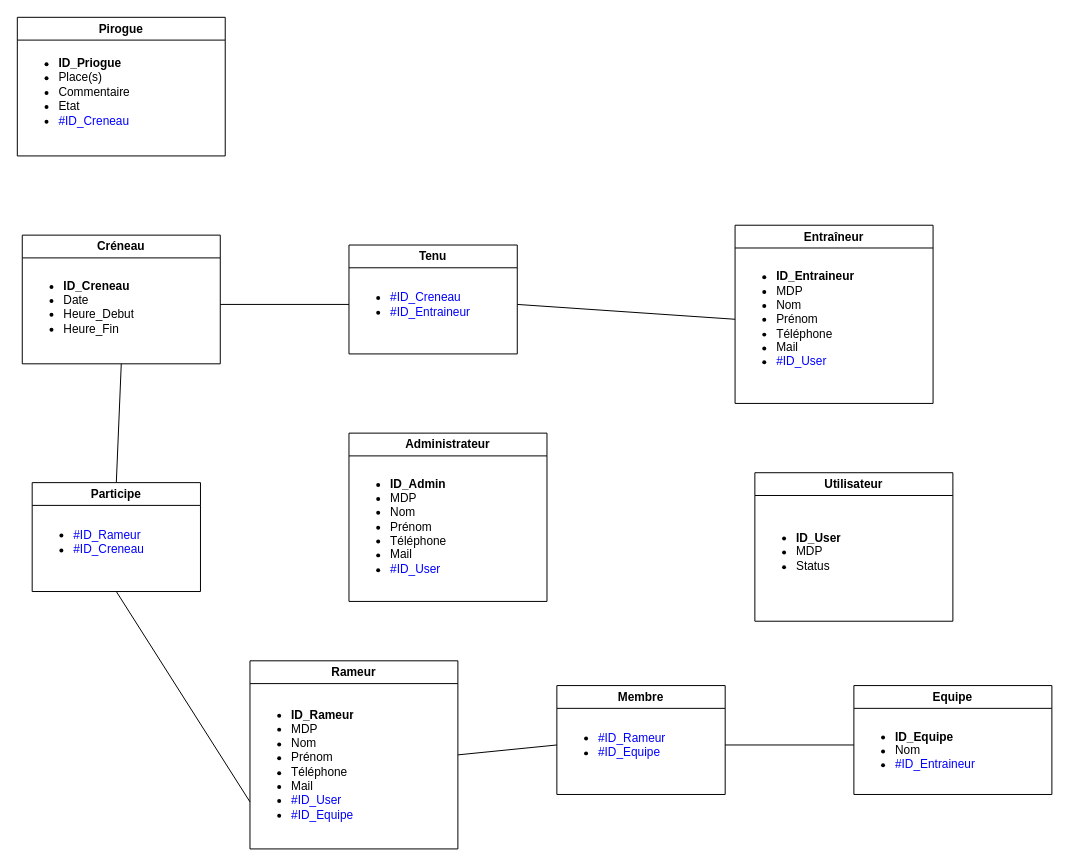
tteuru09/VAapp_project keeps this draw.io diagram as Docs/Back_End/MLD_VAapp.drawio. Above is the earlier version. Source tidied: cells renumbered, new cells numbered last; positions are measured from the earlier drawing's top-left corner, leaving out a move shared by most shapes. Both pictures are drawn from the tidied source at 99%, with x=0, y=0 at pixel (17, 17).
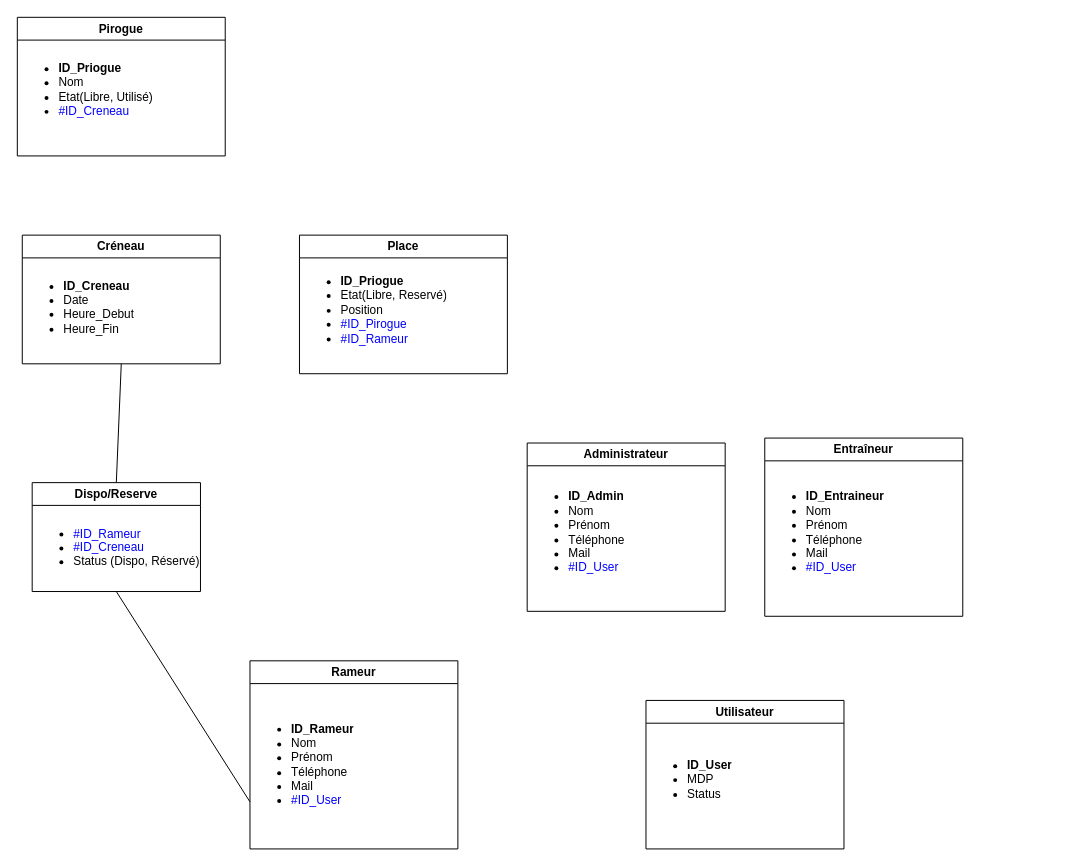
The same page after the edit.

Commit message (it also covers changes not shown here):
Back_End_v0.2

The change refers to these unchanged cells:
```xml
<mxCell id="2" value="Rameur" style="swimlane;whiteSpace=wrap;html=1;" parent="1" vertex="1">
  <mxGeometry x="235" y="650" width="210" height="190" as="geometry" />
</mxCell>
<mxCell id="7" value="&lt;ul style=&quot;border-color: var(--border-color);&quot;&gt;&lt;li style=&quot;border-color: var(--border-color);&quot;&gt;&lt;b&gt;ID_Creneau&lt;/b&gt;&lt;/li&gt;&lt;li style=&quot;border-color: var(--border-color);&quot;&gt;Date&lt;/li&gt;&lt;li style=&quot;border-color: var(--border-color);&quot;&gt;Heure_Debut&lt;/li&gt;&lt;li style=&quot;border-color: var(--border-color);&quot;&gt;Heure_Fin&lt;/li&gt;&lt;/ul&gt;&lt;div&gt;&lt;/div&gt;" style="text;strokeColor=none;fillColor=none;html=1;whiteSpace=wrap;verticalAlign=middle;overflow=hidden;" parent="6" vertex="1">
  <mxGeometry y="30" width="200" height="80" as="geometry" />
</mxCell>
<mxCell id="8" value="Pirogue" style="swimlane;whiteSpace=wrap;html=1;" parent="1" vertex="1">
  <mxGeometry width="210" height="140" as="geometry" />
</mxCell>
```

Change to the diagram source:
```diff
@@
-    <mxCell id="3" value="&lt;ul&gt;&lt;li&gt;&lt;b&gt;ID_Rameur&lt;/b&gt;&lt;/li&gt;&lt;li&gt;MDP&lt;/li&gt;&lt;li&gt;Nom&lt;/li&gt;&lt;li&gt;Prénom&lt;/li&gt;&lt;li&gt;Téléphone&lt;/li&gt;&lt;li&gt;Mail&lt;/li&gt;&lt;li&gt;&lt;font color=&quot;#0000ff&quot;&gt;#ID_User&lt;/font&gt;&lt;/li&gt;&lt;li&gt;&lt;font color=&quot;#0000ff&quot;&gt;#ID_Equipe&lt;/font&gt;&lt;br&gt;&lt;/li&gt;&lt;/ul&gt;" style="text;strokeColor=none;fillColor=none;html=1;whiteSpace=wrap;verticalAlign=middle;overflow=hidden;" parent="2" vertex="1">
+    <mxCell id="3" value="&lt;ul&gt;&lt;li&gt;&lt;b&gt;ID_Rameur&lt;/b&gt;&lt;/li&gt;&lt;li&gt;Nom&lt;/li&gt;&lt;li&gt;Prénom&lt;/li&gt;&lt;li&gt;Téléphone&lt;/li&gt;&lt;li&gt;Mail&lt;/li&gt;&lt;li&gt;&lt;font color=&quot;#0000ff&quot;&gt;#ID_User&lt;/font&gt;&lt;/li&gt;&lt;/ul&gt;" style="text;strokeColor=none;fillColor=none;html=1;whiteSpace=wrap;verticalAlign=middle;overflow=hidden;" parent="2" vertex="1">
       <mxGeometry y="30" width="210" height="150" as="geometry" />
     </mxCell>
     <mxCell id="4" value="Entraîneur" style="swimlane;whiteSpace=wrap;html=1;" parent="1" vertex="1">
-      <mxGeometry x="725" y="210" width="200" height="180" as="geometry" />
+      <mxGeometry x="755" y="425" width="200" height="180" as="geometry" />
     </mxCell>
-    <mxCell id="5" value="&lt;ul&gt;&lt;li style=&quot;border-color: var(--border-color);&quot;&gt;&lt;b&gt;ID_Entraineur&lt;/b&gt;&lt;/li&gt;&lt;li style=&quot;border-color: var(--border-color);&quot;&gt;&lt;span style=&quot;background-color: initial;&quot;&gt;MDP&lt;/span&gt;&lt;/li&gt;&lt;li style=&quot;border-color: var(--border-color);&quot;&gt;&lt;span style=&quot;background-color: initial;&quot;&gt;Nom&lt;/span&gt;&lt;br&gt;&lt;/li&gt;&lt;li&gt;Prénom&lt;/li&gt;&lt;li&gt;Téléphone&lt;/li&gt;&lt;li&gt;Mail&lt;/li&gt;&lt;li&gt;&lt;font color=&quot;#0000ff&quot;&gt;#ID_User&lt;/font&gt;&lt;/li&gt;&lt;/ul&gt;" style="text;strokeColor=none;fillColor=none;html=1;whiteSpace=wrap;verticalAlign=middle;overflow=hidden;" parent="4" vertex="1">
+    <mxCell id="5" value="&lt;ul&gt;&lt;li style=&quot;border-color: var(--border-color);&quot;&gt;&lt;b&gt;ID_Entraineur&lt;/b&gt;&lt;/li&gt;&lt;li style=&quot;border-color: var(--border-color);&quot;&gt;&lt;span style=&quot;background-color: initial;&quot;&gt;Nom&lt;/span&gt;&lt;br&gt;&lt;/li&gt;&lt;li&gt;Prénom&lt;/li&gt;&lt;li&gt;Téléphone&lt;/li&gt;&lt;li&gt;Mail&lt;/li&gt;&lt;li&gt;&lt;font color=&quot;#0000ff&quot;&gt;#ID_User&lt;/font&gt;&lt;/li&gt;&lt;/ul&gt;" style="text;strokeColor=none;fillColor=none;html=1;whiteSpace=wrap;verticalAlign=middle;overflow=hidden;" parent="4" vertex="1">
       <mxGeometry y="20" width="200" height="150" as="geometry" />
     </mxCell>
@@
-    <mxCell id="9" value="&lt;ul style=&quot;border-color: var(--border-color);&quot;&gt;&lt;li style=&quot;border-color: var(--border-color);&quot;&gt;&lt;b&gt;ID_Priogue&lt;/b&gt;&lt;/li&gt;&lt;li style=&quot;border-color: var(--border-color);&quot;&gt;Place(s)&lt;/li&gt;&lt;li style=&quot;border-color: var(--border-color);&quot;&gt;Commentaire&lt;/li&gt;&lt;li style=&quot;border-color: var(--border-color);&quot;&gt;Etat&lt;/li&gt;&lt;li style=&quot;border-color: var(--border-color);&quot;&gt;&lt;font color=&quot;#0000ff&quot;&gt;#ID_Creneau&lt;/font&gt;&lt;/li&gt;&lt;/ul&gt;&lt;div&gt;&lt;/div&gt;" style="text;strokeColor=none;fillColor=none;html=1;whiteSpace=wrap;verticalAlign=middle;overflow=hidden;" parent="8" vertex="1">
+    <mxCell id="9" value="&lt;ul style=&quot;border-color: var(--border-color);&quot;&gt;&lt;li style=&quot;border-color: var(--border-color);&quot;&gt;&lt;b&gt;ID_Priogue&lt;/b&gt;&lt;/li&gt;&lt;li style=&quot;border-color: var(--border-color);&quot;&gt;Nom&lt;/li&gt;&lt;li style=&quot;border-color: var(--border-color);&quot;&gt;Etat(Libre, Utilisé)&lt;/li&gt;&lt;li style=&quot;border-color: var(--border-color);&quot;&gt;&lt;font color=&quot;#0000ff&quot;&gt;#ID_Creneau&lt;/font&gt;&lt;/li&gt;&lt;/ul&gt;&lt;div&gt;&lt;/div&gt;" style="text;strokeColor=none;fillColor=none;html=1;whiteSpace=wrap;verticalAlign=middle;overflow=hidden;" parent="8" vertex="1">
       <mxGeometry y="25" width="210" height="95" as="geometry" />
     </mxCell>
-    <mxCell id="10" value="Equipe" style="swimlane;whiteSpace=wrap;html=1;" parent="1" vertex="1">
-      <mxGeometry x="845" y="675" width="200" height="110" as="geometry" />
-    </mxCell>
-    <mxCell id="11" value="&lt;ul&gt;&lt;li style=&quot;border-color: var(--border-color);&quot;&gt;&lt;b&gt;ID_Equipe&lt;/b&gt;&lt;/li&gt;&lt;li style=&quot;border-color: var(--border-color);&quot;&gt;Nom&lt;/li&gt;&lt;li style=&quot;border-color: var(--border-color);&quot;&gt;&lt;font color=&quot;#0000ff&quot;&gt;#ID_Entraineur&lt;/font&gt;&lt;/li&gt;&lt;/ul&gt;" style="text;strokeColor=none;fillColor=none;html=1;whiteSpace=wrap;verticalAlign=middle;overflow=hidden;" parent="10" vertex="1">
-      <mxGeometry y="30" width="200" height="60" as="geometry" />
-    </mxCell>
@@
-    <mxCell id="14" style="endArrow=none;html=1;rounded=0;entryX=0;entryY=0.5;entryDx=0;entryDy=0;exitX=1;exitY=0.5;exitDx=0;exitDy=0;" parent="1" edge="1" source="7" target="21">
-      <mxGeometry relative="1" as="geometry" />
-    </mxCell>
     <mxCell id="15" value="Administrateur" style="swimlane;whiteSpace=wrap;html=1;" parent="1" vertex="1">
-      <mxGeometry x="335" y="420" width="200" height="170" as="geometry" />
+      <mxGeometry x="515" y="430" width="200" height="170" as="geometry" />
     </mxCell>
-    <mxCell id="16" value="&lt;ul&gt;&lt;li style=&quot;border-color: var(--border-color);&quot;&gt;&lt;b&gt;ID_Admin&lt;/b&gt;&lt;/li&gt;&lt;li style=&quot;border-color: var(--border-color);&quot;&gt;&lt;span style=&quot;background-color: initial;&quot;&gt;MDP&lt;/span&gt;&lt;/li&gt;&lt;li style=&quot;border-color: var(--border-color);&quot;&gt;Nom&lt;br style=&quot;border-color: var(--border-color);&quot;&gt;&lt;/li&gt;&lt;li style=&quot;border-color: var(--border-color);&quot;&gt;Prénom&lt;/li&gt;&lt;li style=&quot;border-color: var(--border-color);&quot;&gt;Téléphone&lt;/li&gt;&lt;li style=&quot;border-color: var(--border-color);&quot;&gt;Mail&lt;/li&gt;&lt;li style=&quot;border-color: var(--border-color);&quot;&gt;&lt;font color=&quot;#0000ff&quot;&gt;#ID_User&lt;/font&gt;&lt;/li&gt;&lt;/ul&gt;" style="text;strokeColor=none;fillColor=none;html=1;whiteSpace=wrap;verticalAlign=middle;overflow=hidden;" parent="15" vertex="1">
+    <mxCell id="16" value="&lt;ul&gt;&lt;li style=&quot;border-color: var(--border-color);&quot;&gt;&lt;b&gt;ID_Admin&lt;/b&gt;&lt;/li&gt;&lt;li style=&quot;border-color: var(--border-color);&quot;&gt;Nom&lt;br style=&quot;border-color: var(--border-color);&quot;&gt;&lt;/li&gt;&lt;li style=&quot;border-color: var(--border-color);&quot;&gt;Prénom&lt;/li&gt;&lt;li style=&quot;border-color: var(--border-color);&quot;&gt;Téléphone&lt;/li&gt;&lt;li style=&quot;border-color: var(--border-color);&quot;&gt;Mail&lt;/li&gt;&lt;li style=&quot;border-color: var(--border-color);&quot;&gt;&lt;font color=&quot;#0000ff&quot;&gt;#ID_User&lt;/font&gt;&lt;/li&gt;&lt;/ul&gt;" style="text;strokeColor=none;fillColor=none;html=1;whiteSpace=wrap;verticalAlign=middle;overflow=hidden;" parent="15" vertex="1">
       <mxGeometry y="30" width="200" height="120" as="geometry" />
     </mxCell>
-    <mxCell id="17" style="endArrow=none;html=1;rounded=0;entryX=0;entryY=0.5;entryDx=0;entryDy=0;exitX=1;exitY=0.5;exitDx=0;exitDy=0;" parent="1" edge="1" source="2" target="23">
-      <mxGeometry relative="1" as="geometry" />
-    </mxCell>
-    <mxCell id="18" style="endArrow=none;html=1;rounded=0;entryX=0;entryY=0.5;entryDx=0;entryDy=0;exitX=1;exitY=0.5;exitDx=0;exitDy=0;" parent="1" edge="1" source="23" target="11">
-      <mxGeometry relative="1" as="geometry" />
-    </mxCell>
-    <mxCell id="19" style="endArrow=none;html=1;rounded=0;entryX=0;entryY=0.5;entryDx=0;entryDy=0;exitX=1;exitY=0.5;exitDx=0;exitDy=0;" parent="1" edge="1" source="21" target="5">
-      <mxGeometry relative="1" as="geometry" />
-    </mxCell>
-    <mxCell id="20" value="Tenu" style="swimlane;whiteSpace=wrap;html=1;" parent="1" vertex="1">
-      <mxGeometry x="335" y="230" width="170" height="110" as="geometry" />
-    </mxCell>
-    <mxCell id="21" value="&lt;ul style=&quot;border-color: var(--border-color);&quot;&gt;&lt;li style=&quot;border-color: var(--border-color);&quot;&gt;&lt;font color=&quot;#0000ff&quot;&gt;#ID_Creneau&lt;/font&gt;&lt;/li&gt;&lt;li style=&quot;border-color: var(--border-color);&quot;&gt;&lt;font color=&quot;#0000ff&quot;&gt;#ID_Entraineur&lt;/font&gt;&lt;/li&gt;&lt;/ul&gt;&lt;div&gt;&lt;/div&gt;" style="text;strokeColor=none;fillColor=none;html=1;whiteSpace=wrap;verticalAlign=middle;overflow=hidden;" parent="20" vertex="1">
-      <mxGeometry y="30" width="170" height="60" as="geometry" />
-    </mxCell>
-    <mxCell id="22" value="Membre" style="swimlane;whiteSpace=wrap;html=1;" parent="1" vertex="1">
-      <mxGeometry x="545" y="675" width="170" height="110" as="geometry" />
-    </mxCell>
-    <mxCell id="23" value="&lt;ul style=&quot;border-color: var(--border-color);&quot;&gt;&lt;li style=&quot;border-color: var(--border-color);&quot;&gt;&lt;font color=&quot;#0000ff&quot;&gt;#ID_Rameur&lt;/font&gt;&lt;/li&gt;&lt;li style=&quot;border-color: var(--border-color);&quot;&gt;&lt;font color=&quot;#0000ff&quot;&gt;#ID_Equipe&lt;/font&gt;&lt;/li&gt;&lt;/ul&gt;&lt;div&gt;&lt;/div&gt;" style="text;strokeColor=none;fillColor=none;html=1;whiteSpace=wrap;verticalAlign=middle;overflow=hidden;" parent="22" vertex="1">
-      <mxGeometry y="30" width="170" height="60" as="geometry" />
-    </mxCell>
-    <mxCell id="24" value="Participe" style="swimlane;whiteSpace=wrap;html=1;startSize=23;" parent="1" vertex="1">
+    <mxCell id="24" value="Dispo/Reserve" style="swimlane;whiteSpace=wrap;html=1;startSize=23;" parent="1" vertex="1">
       <mxGeometry x="15" y="470" width="170" height="110" as="geometry" />
     </mxCell>
-    <mxCell id="25" value="&lt;ul style=&quot;border-color: var(--border-color);&quot;&gt;&lt;li style=&quot;border-color: var(--border-color);&quot;&gt;&lt;font color=&quot;#0000ff&quot;&gt;#ID_Rameur&lt;/font&gt;&lt;/li&gt;&lt;li style=&quot;border-color: var(--border-color);&quot;&gt;&lt;font color=&quot;#0000ff&quot;&gt;#ID_Creneau&lt;/font&gt;&lt;/li&gt;&lt;/ul&gt;&lt;div&gt;&lt;/div&gt;" style="text;strokeColor=none;fillColor=none;html=1;whiteSpace=wrap;verticalAlign=middle;overflow=hidden;" parent="24" vertex="1">
+    <mxCell id="25" value="&lt;ul style=&quot;border-color: var(--border-color);&quot;&gt;&lt;li style=&quot;border-color: var(--border-color);&quot;&gt;&lt;font color=&quot;#0000ff&quot;&gt;#ID_Rameur&lt;/font&gt;&lt;/li&gt;&lt;li style=&quot;border-color: var(--border-color);&quot;&gt;&lt;font color=&quot;#0000ff&quot;&gt;#ID_Creneau&lt;/font&gt;&lt;/li&gt;&lt;li style=&quot;border-color: var(--border-color);&quot;&gt;Status (Dispo, Réservé)&lt;/li&gt;&lt;/ul&gt;&lt;div&gt;&lt;/div&gt;" style="text;strokeColor=none;fillColor=none;html=1;whiteSpace=wrap;verticalAlign=middle;overflow=hidden;" parent="24" vertex="1">
       <mxGeometry y="30" width="170" height="60" as="geometry" />
     </mxCell>
     <mxCell id="26" value="Utilisateur" style="swimlane;whiteSpace=wrap;html=1;" parent="1" vertex="1">
-      <mxGeometry x="745" y="460" width="200" height="150" as="geometry" />
+      <mxGeometry x="635" y="690" width="200" height="150" as="geometry" />
     </mxCell>
@@
+    <mxCell id="28" value="Place" style="swimlane;whiteSpace=wrap;html=1;" parent="1" vertex="1">
+      <mxGeometry x="285" y="220" width="210" height="140" as="geometry" />
+    </mxCell>
+    <mxCell id="29" value="&lt;ul style=&quot;border-color: var(--border-color);&quot;&gt;&lt;li style=&quot;border-color: var(--border-color);&quot;&gt;&lt;b&gt;ID_Priogue&lt;/b&gt;&lt;/li&gt;&lt;li style=&quot;border-color: var(--border-color);&quot;&gt;Etat(Libre, Reservé)&lt;/li&gt;&lt;li style=&quot;border-color: var(--border-color);&quot;&gt;Position&lt;/li&gt;&lt;li style=&quot;border-color: var(--border-color);&quot;&gt;&lt;font color=&quot;#0000ff&quot;&gt;#ID_Pirogue&lt;/font&gt;&lt;/li&gt;&lt;li style=&quot;border-color: var(--border-color);&quot;&gt;&lt;font style=&quot;border-color: var(--border-color);&quot; color=&quot;#0000ff&quot;&gt;#ID_Rameur&lt;/font&gt;&lt;/li&gt;&lt;/ul&gt;&lt;div&gt;&lt;/div&gt;" style="text;strokeColor=none;fillColor=none;html=1;whiteSpace=wrap;verticalAlign=middle;overflow=hidden;" parent="28" vertex="1">
+      <mxGeometry y="25" width="210" height="95" as="geometry" />
+    </mxCell>
```
